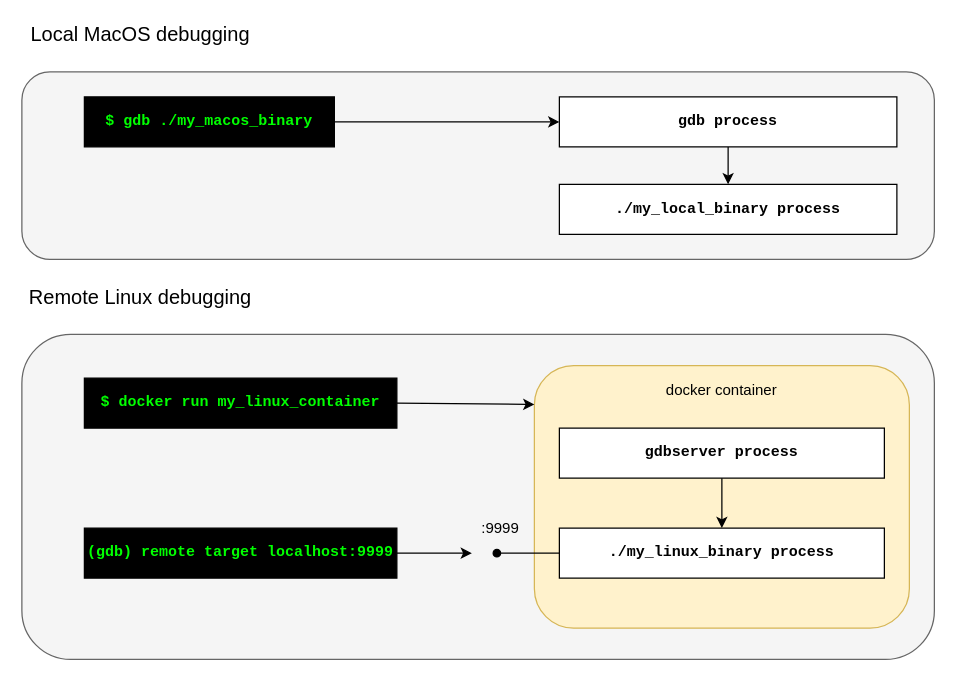
Before: static/img/gdb.drawio.xml in wilvk/blog-hugo, a draw.io diagram. Source tidied: cells renumbered, new cells numbered last; positions are measured from the earlier drawing's top-left corner, leaving out a move shared by most shapes. Both pictures are drawn from the tidied source at 125%, with x=0, y=0 at pixel (21, 21).
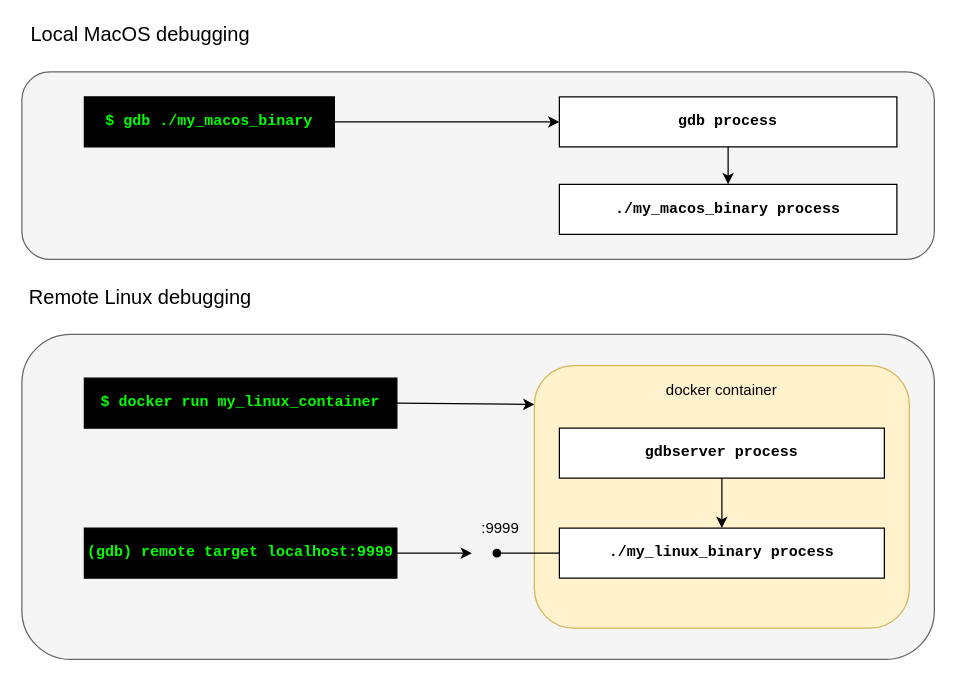
After the change.

Commit message (it also covers changes not shown here):
new post and updated gdb diagram

The edit, as a diff of the source:
```diff
@@
-    <mxCell id="6" value="./my_local_binary process" style="rounded=0;whiteSpace=wrap;html=1;fontStyle=1;fontFamily=Courier New;" parent="1" vertex="1">
+    <mxCell id="6" value="./my_macos_binary process" style="rounded=0;whiteSpace=wrap;html=1;fontStyle=1;fontFamily=Courier New;" parent="1" vertex="1">
       <mxGeometry x="430" y="130" width="270" height="40" as="geometry" />
     </mxCell>
```
